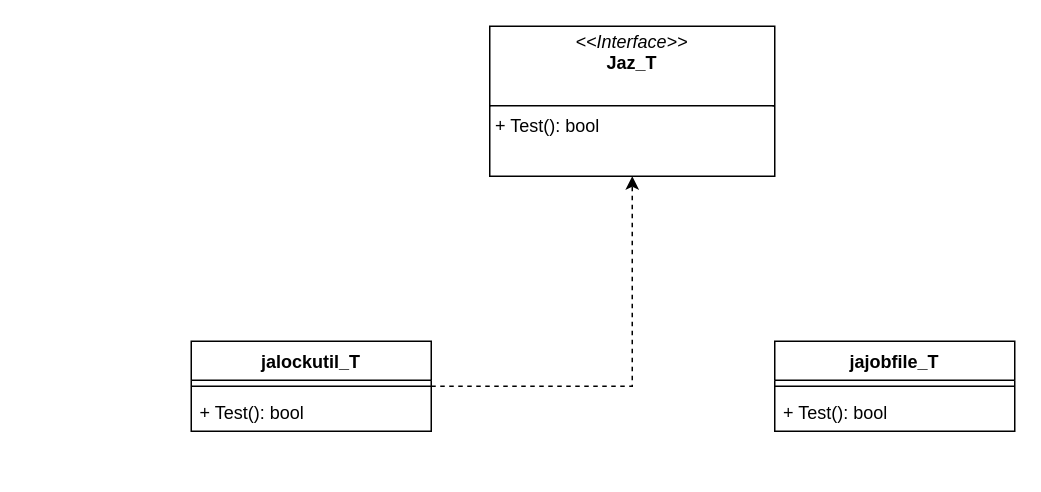
Before: TestJaz-go.drawio in zukigit/design_structures, a draw.io diagram. Source tidied: cells renumbered, new cells numbered last; positions are measured from the earlier drawing's top-left corner, leaving out a move shared by most shapes. Both pictures are drawn from the tidied source at 150%, with x=0, y=0 at pixel (190, 26).
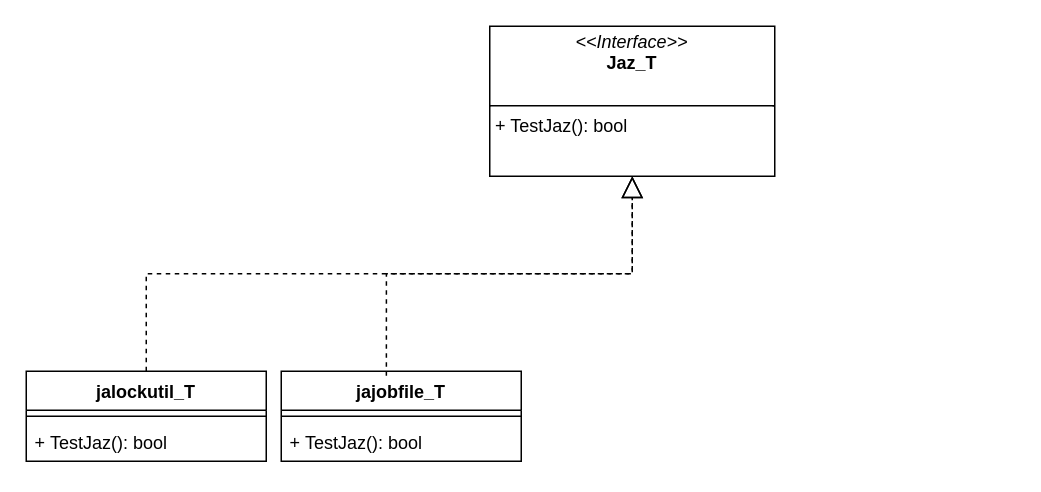
After the change.

The edit, as a diff of the source:
```diff
@@
 <mxGraphModel>
   <root>
     <mxCell id="0" />
     <mxCell id="1" parent="0" />
-    <mxCell id="2" value="&lt;p style=&quot;margin:0px;margin-top:4px;text-align:center;&quot;&gt;&lt;i&gt;&amp;lt;&amp;lt;Interface&amp;gt;&amp;gt;&lt;/i&gt;&lt;br&gt;&lt;b&gt;Jaz_T&lt;/b&gt;&lt;/p&gt;&lt;br&gt;&lt;hr style=&quot;border-style:solid;&quot; size=&quot;1&quot;&gt;&lt;p style=&quot;margin:0px;margin-left:4px;&quot;&gt;+ Test(): bool&lt;br&gt;&lt;/p&gt;" style="verticalAlign=top;align=left;overflow=fill;html=1;whiteSpace=wrap;" parent="1" vertex="1">
+    <mxCell id="2" value="&lt;p style=&quot;margin:0px;margin-top:4px;text-align:center;&quot;&gt;&lt;i&gt;&amp;lt;&amp;lt;Interface&amp;gt;&amp;gt;&lt;/i&gt;&lt;br&gt;&lt;b&gt;Jaz_T&lt;/b&gt;&lt;/p&gt;&lt;br&gt;&lt;hr style=&quot;border-style:solid;&quot; size=&quot;1&quot;&gt;&lt;p style=&quot;margin:0px;margin-left:4px;&quot;&gt;+ TestJaz(): bool&lt;br&gt;&lt;/p&gt;" style="verticalAlign=top;align=left;overflow=fill;html=1;whiteSpace=wrap;" parent="1" vertex="1">
       <mxGeometry x="199" width="190" height="100" as="geometry" />
     </mxCell>
-    <mxCell id="3" style="edgeStyle=orthogonalEdgeStyle;rounded=0;jettySize=auto;html=1;entryX=0.5;entryY=1;entryDx=0;entryDy=0;dashed=1;" parent="1" edge="1" source="4" target="2">
-      <mxGeometry relative="1" as="geometry" />
-    </mxCell>
     <mxCell id="4" value="jalockutil_T" style="swimlane;fontStyle=1;align=center;verticalAlign=top;horizontal=1;startSize=26;whiteSpace=wrap;html=1;" parent="1" vertex="1">
-      <mxGeometry y="210" width="160" height="60" as="geometry" />
+      <mxGeometry x="-110" y="230" width="160" height="60" as="geometry" />
     </mxCell>
     <mxCell id="5" style="line;strokeWidth=1;fillColor=none;align=left;verticalAlign=middle;spacingTop=-1;spacingLeft=3;spacingRight=3;labelPosition=right;strokeColor=inherit;" parent="4" vertex="1">
       <mxGeometry y="26" width="160" height="8" as="geometry" />
     </mxCell>
-    <mxCell id="6" value="+ Test(): bool" style="text;strokeColor=none;fillColor=none;align=left;verticalAlign=top;spacingLeft=4;spacingRight=4;overflow=hidden;whiteSpace=wrap;html=1;" parent="4" vertex="1">
+    <mxCell id="6" value="+&amp;nbsp;TestJaz(): bool" style="text;strokeColor=none;fillColor=none;align=left;verticalAlign=top;spacingLeft=4;spacingRight=4;overflow=hidden;whiteSpace=wrap;html=1;" parent="4" vertex="1">
       <mxGeometry y="34" width="160" height="26" as="geometry" />
     </mxCell>
     <mxCell id="7" value="jajobfile_T" style="swimlane;fontStyle=1;align=center;verticalAlign=top;horizontal=1;startSize=26;whiteSpace=wrap;html=1;" parent="1" vertex="1">
-      <mxGeometry x="389" y="210" width="160" height="60" as="geometry" />
+      <mxGeometry x="60" y="230" width="160" height="60" as="geometry" />
     </mxCell>
     <mxCell id="8" style="line;strokeWidth=1;fillColor=none;align=left;verticalAlign=middle;spacingTop=-1;spacingLeft=3;spacingRight=3;labelPosition=right;strokeColor=inherit;" parent="7" vertex="1">
       <mxGeometry y="26" width="160" height="8" as="geometry" />
     </mxCell>
-    <mxCell id="9" value="+ Test(): bool" style="text;strokeColor=none;fillColor=none;align=left;verticalAlign=top;spacingLeft=4;spacingRight=4;overflow=hidden;whiteSpace=wrap;html=1;" parent="7" vertex="1">
+    <mxCell id="9" value="+&amp;nbsp;TestJaz(): bool" style="text;strokeColor=none;fillColor=none;align=left;verticalAlign=top;spacingLeft=4;spacingRight=4;overflow=hidden;whiteSpace=wrap;html=1;" parent="7" vertex="1">
       <mxGeometry y="34" width="160" height="26" as="geometry" />
     </mxCell>
+    <mxCell id="3" style="endArrow=block;dashed=1;endFill=0;endSize=12;html=1;rounded=0;exitX=0.5;exitY=0;exitDx=0;exitDy=0;entryX=0.5;entryY=1;entryDx=0;entryDy=0;edgeStyle=orthogonalEdgeStyle;" parent="1" edge="1" source="4" target="2">
+      <mxGeometry relative="1" as="geometry" />
+    </mxCell>
+    <mxCell id="10" style="endArrow=block;dashed=1;endFill=0;endSize=12;html=1;rounded=0;exitX=0.438;exitY=0.05;exitDx=0;exitDy=0;entryX=0.5;entryY=1;entryDx=0;entryDy=0;edgeStyle=orthogonalEdgeStyle;exitPerimeter=0;" parent="1" edge="1" source="7" target="2">
+      <mxGeometry relative="1" as="geometry" />
+    </mxCell>
   </root>
 </mxGraphModel>
```
